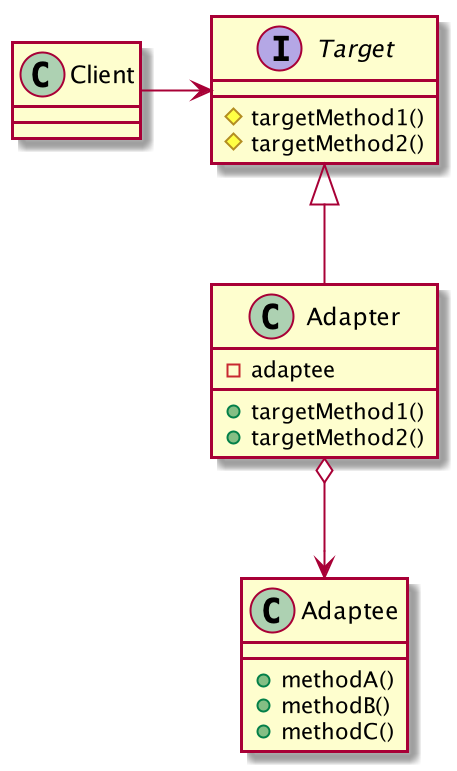
Earlier version of the PlantUML export assets/post/designpattern/Adapter2.png (jsyang-dev/jsyang-dev.github.io). Its diagram source:
```plantuml
@startuml

class Client {
}
interface Target {
    #targetMethod1()
    #targetMethod2()
}
class Adapter {
    -adaptee
    +targetMethod1()
    +targetMethod2()
}
class Adaptee {
    +methodA()
    +methodB()
    +methodC()
}

Client -> Target
Target <|-- Adapter
Adapter o--> Adaptee

@enduml
```
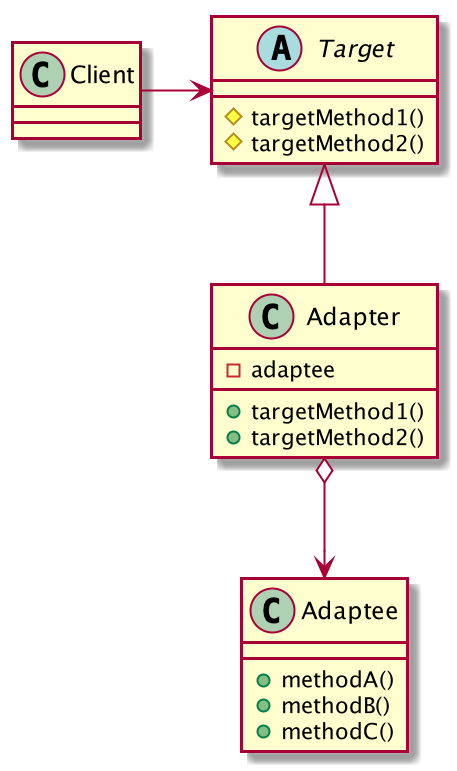
Later version of the same file.

Commit message:
클래스 다이어그램 수정

Diff of the diagram source:
```diff
@@ -2,7 +2,7 @@
 
 class Client {
 }
-interface Target {
+abstract class Target {
     #targetMethod1()
     #targetMethod2()
 }
```
